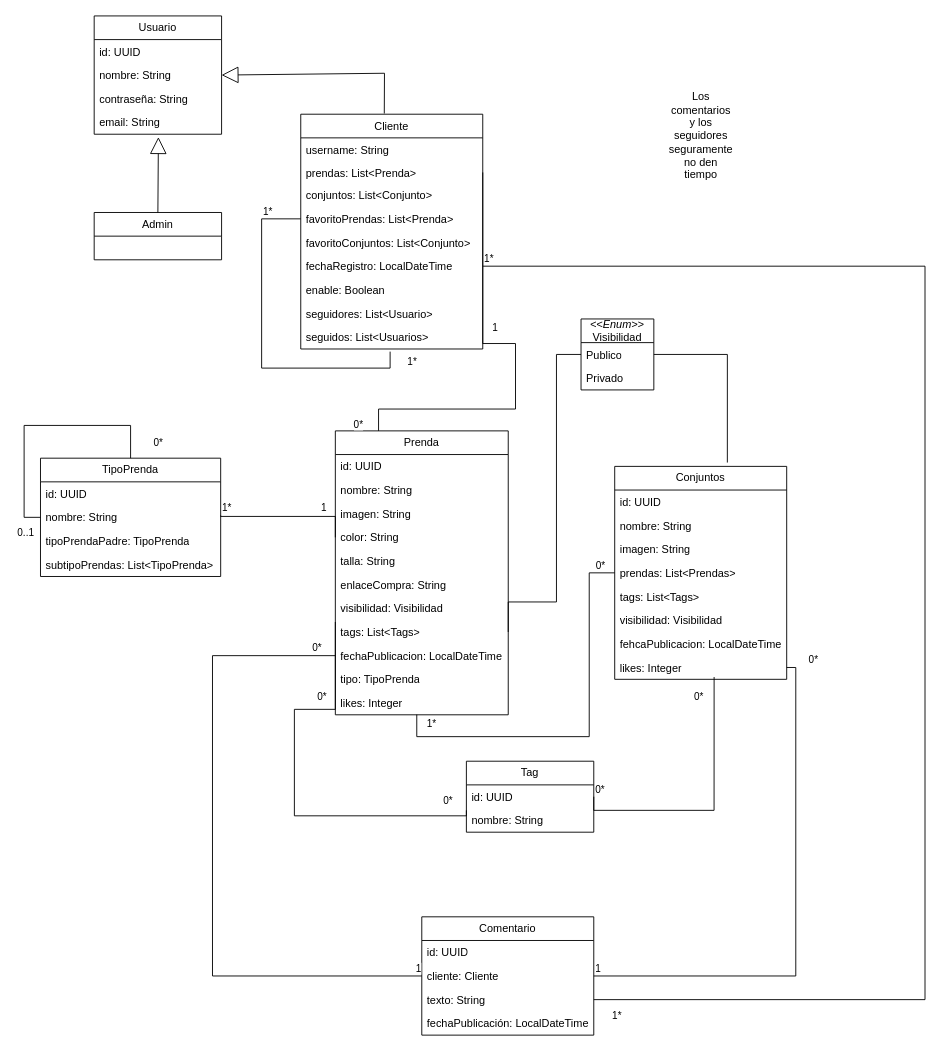
Ayllonpat/ArmarioVirtual keeps this draw.io diagram as documentacion/ArmarioVirtual.drawio. Above is the earlier version. Source tidied: cells renumbered, new cells numbered last; positions are measured from the earlier drawing's top-left corner, leaving out a move shared by most shapes. Both pictures are drawn from the tidied source at 91%, with x=0, y=0 at pixel (24, 15).
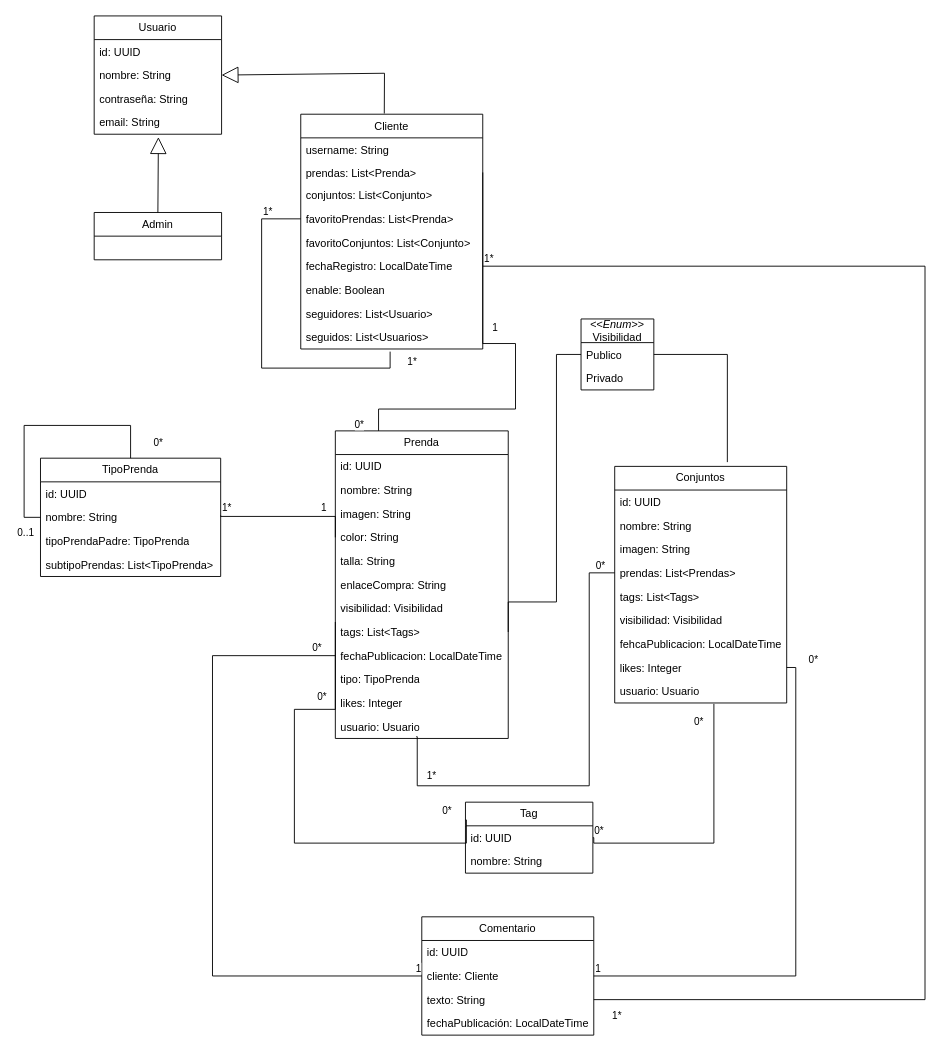
The same page after the edit.

Unchanged cells that the change refers to:
```xml
<mxCell id="26" value="likes: Integer" style="text;strokeColor=none;fillColor=none;align=left;verticalAlign=top;spacingLeft=4;spacingRight=4;overflow=hidden;points=[[0,0.5],[1,0.5]];portConstraint=eastwest;whiteSpace=wrap;html=1;" parent="15" vertex="1">
  <mxGeometry y="286" width="190" height="26" as="geometry" />
</mxCell>
<mxCell id="45" value="prendas: List&amp;lt;Prendas&amp;gt;" style="text;strokeColor=none;fillColor=none;align=left;verticalAlign=top;spacingLeft=4;spacingRight=4;overflow=hidden;points=[[0,0.5],[1,0.5]];portConstraint=eastwest;whiteSpace=wrap;html=1;" parent="41" vertex="1">
  <mxGeometry y="104" width="189" height="26" as="geometry" />
</mxCell>
<mxCell id="49" value="likes: Integer" style="text;strokeColor=none;fillColor=none;align=left;verticalAlign=top;spacingLeft=4;spacingRight=4;overflow=hidden;points=[[0,0.5],[1,0.5]];portConstraint=eastwest;whiteSpace=wrap;html=1;" parent="41" vertex="1">
  <mxGeometry y="208" width="189" height="26" as="geometry" />
</mxCell>
<mxCell id="56" value="&lt;span style=&quot;text-wrap-mode: nowrap;&quot;&gt;id: UUID&lt;/span&gt;" style="text;strokeColor=none;fillColor=none;align=left;verticalAlign=top;spacingLeft=4;spacingRight=4;overflow=hidden;points=[[0,0.5],[1,0.5]];portConstraint=eastwest;whiteSpace=wrap;html=1;" parent="55" vertex="1">
  <mxGeometry y="26" width="140" height="26" as="geometry" />
</mxCell>
```

The edit, as a diff of the source:
```diff
@@
     <mxCell id="15" value="Prenda" style="swimlane;fontStyle=0;horizontal=1;startSize=26;fillColor=none;whiteSpace=wrap;html=1;" parent="1" vertex="1">
-      <mxGeometry x="342" y="456" width="190" height="312" as="geometry" />
+      <mxGeometry x="342" y="456" width="190" height="338" as="geometry" />
     </mxCell>
@@
+    <mxCell id="90" value="usuario: Usuario" style="text;strokeColor=none;fillColor=none;align=left;verticalAlign=top;spacingLeft=4;spacingRight=4;overflow=hidden;whiteSpace=wrap;html=1;" parent="15" vertex="1">
+      <mxGeometry y="312" width="190" height="26" as="geometry" />
+    </mxCell>
@@
     <mxCell id="41" value="Conjuntos" style="swimlane;fontStyle=0;horizontal=1;startSize=26;fillColor=none;whiteSpace=wrap;html=1;" parent="1" vertex="1">
-      <mxGeometry x="649" y="495" width="189" height="234" as="geometry" />
+      <mxGeometry x="649" y="495" width="189" height="260" as="geometry" />
     </mxCell>
@@
+    <mxCell id="91" value="usuario: Usuario" style="text;strokeColor=none;fillColor=none;align=left;verticalAlign=top;spacingLeft=4;spacingRight=4;overflow=hidden;whiteSpace=wrap;html=1;" parent="41" vertex="1">
+      <mxGeometry y="234" width="189" height="26" as="geometry" />
+    </mxCell>
@@
-    <mxCell id="52" style="endArrow=none;html=1;edgeStyle=orthogonalEdgeStyle;rounded=0;entryX=0;entryY=0.5;entryDx=0;entryDy=0;exitX=0.471;exitY=0.991;exitDx=0;exitDy=0;exitPerimeter=0;" parent="1" edge="1" source="26" target="45">
+    <mxCell id="52" style="endArrow=none;html=1;edgeStyle=orthogonalEdgeStyle;rounded=0;entryX=0;entryY=0.5;entryDx=0;entryDy=0;" parent="1" edge="1" target="45">
       <mxGeometry relative="1" as="geometry">
+        <mxPoint x="431" y="792" as="sourcePoint" />
         <Array as="points">
-          <mxPoint x="432" y="792" />
-          <mxPoint x="621" y="792" />
+          <mxPoint x="432" y="846" />
+          <mxPoint x="621" y="846" />
           <mxPoint x="621" y="612" />
         </Array>
       </mxGeometry>
     </mxCell>
     <mxCell id="53" value="1*" style="edgeLabel;html=1;align=left;verticalAlign=bottom;" parent="52" vertex="1">
       <mxGeometry x="-1" relative="1" as="geometry">
-        <mxPoint x="10" y="18" as="offset" />
+        <mxPoint x="10" y="51" as="offset" />
       </mxGeometry>
     </mxCell>
@@
     <mxCell id="55" value="Tag" style="swimlane;fontStyle=0;horizontal=1;startSize=26;fillColor=none;whiteSpace=wrap;html=1;" parent="1" vertex="1">
-      <mxGeometry x="486" y="819" width="140" height="78" as="geometry" />
+      <mxGeometry x="485" y="864" width="140" height="78" as="geometry" />
     </mxCell>
@@
-    <mxCell id="58" style="endArrow=none;html=1;edgeStyle=orthogonalEdgeStyle;rounded=0;exitX=1;exitY=0.5;exitDx=0;exitDy=0;entryX=0.578;entryY=0.904;entryDx=0;entryDy=0;entryPerimeter=0;" parent="1" edge="1" source="56" target="49">
+    <mxCell id="58" style="endArrow=none;html=1;edgeStyle=orthogonalEdgeStyle;rounded=0;exitX=1;exitY=0.5;exitDx=0;exitDy=0;" parent="1" edge="1" source="56">
       <mxGeometry relative="1" as="geometry">
+        <mxPoint x="758" y="756" as="targetPoint" />
         <Array as="points">
-          <mxPoint x="626" y="873" />
-          <mxPoint x="758" y="873" />
+          <mxPoint x="626" y="903" />
+          <mxPoint x="626" y="909" />
+          <mxPoint x="758" y="909" />
         </Array>
       </mxGeometry>
     </mxCell>
@@
     <mxCell id="60" value="0*" style="edgeLabel;html=1;align=right;verticalAlign=bottom;" parent="58" vertex="1">
       <mxGeometry x="1" relative="1" as="geometry">
-        <mxPoint x="-11" y="30" as="offset" />
+        <mxPoint x="-11" y="28" as="offset" />
       </mxGeometry>
     </mxCell>
-    <mxCell id="61" style="endArrow=none;html=1;edgeStyle=orthogonalEdgeStyle;rounded=0;exitX=0;exitY=0.5;exitDx=0;exitDy=0;entryX=0;entryY=0.5;entryDx=0;entryDy=0;" parent="1" edge="1">
+    <mxCell id="61" style="endArrow=none;html=1;edgeStyle=orthogonalEdgeStyle;rounded=0;exitX=0;exitY=0.25;exitDx=0;exitDy=0;entryX=0;entryY=0.5;entryDx=0;entryDy=0;" parent="1" edge="1" source="55">
       <mxGeometry relative="1" as="geometry">
-        <mxPoint x="486" y="873" as="sourcePoint" />
         <mxPoint x="342" y="666" as="targetPoint" />
         <Array as="points">
-          <mxPoint x="486" y="879" />
-          <mxPoint x="297" y="879" />
+          <mxPoint x="486" y="884" />
+          <mxPoint x="486" y="909" />
+          <mxPoint x="297" y="909" />
           <mxPoint x="297" y="762" />
           <mxPoint x="342" y="762" />
         </Array>
       </mxGeometry>
     </mxCell>
@@
-    <mxCell id="86" value="Los comentarios y los seguidores seguramente no den tiempo" style="text;html=1;align=center;verticalAlign=middle;whiteSpace=wrap;rounded=0;" parent="1" vertex="1">
-      <mxGeometry x="713.5" y="117" width="60" height="30" as="geometry" />
-    </mxCell>
```
